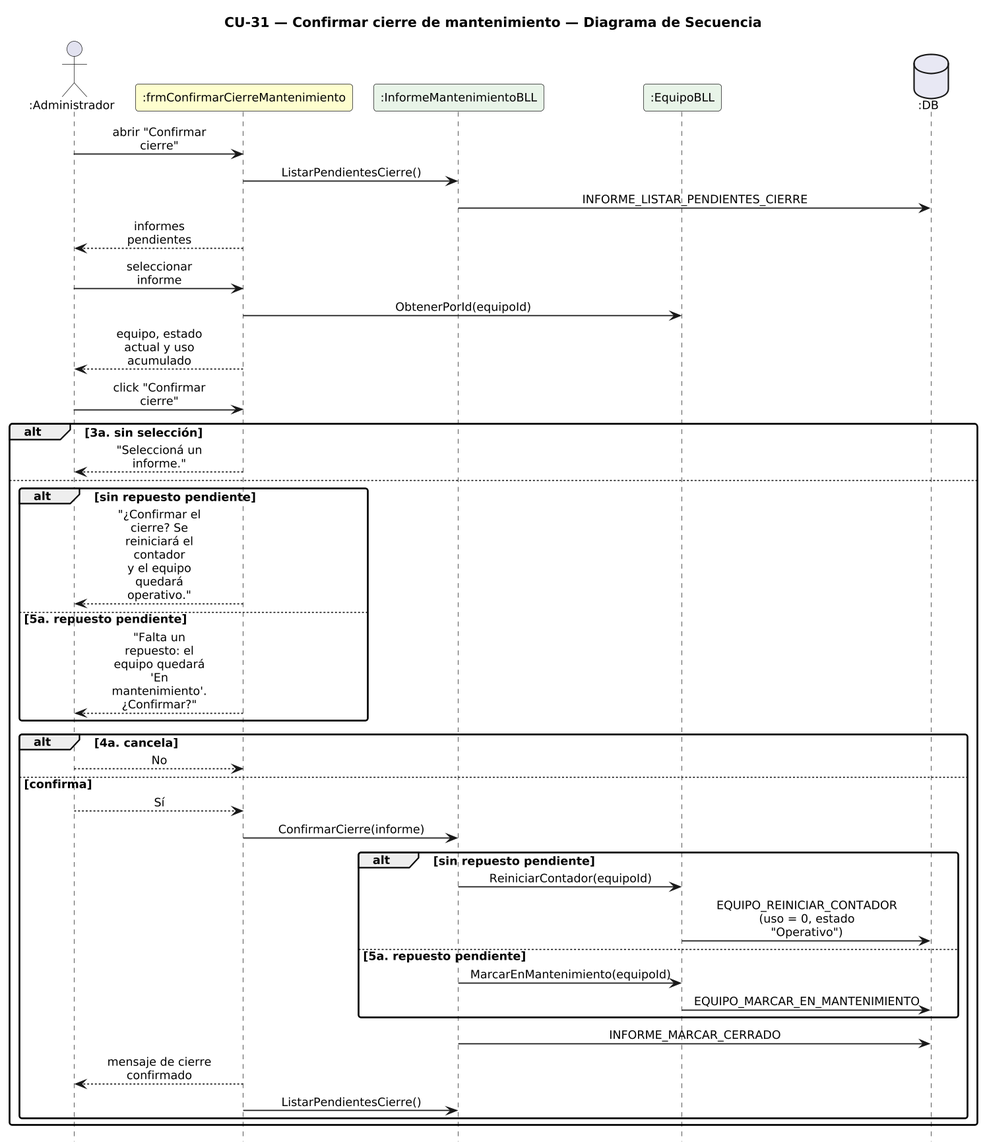
Above: DIAGRAMAS/DiagramaSecuencia_CU31_ConfirmarCierreMantenimiento.png in Urrels/ingenieria_software (PlantUML), before the change. Source of this version:
```plantuml
@startuml DiagramaSecuencia_CU31_ConfirmarCierreMantenimiento

title CU-31 — Confirmar cierre de mantenimiento — Diagrama de Secuencia

skinparam shadowing false
skinparam roundcorner 6
skinparam sequenceArrowThickness 1.2
skinparam ParticipantPadding 6
skinparam BoxPadding 4
skinparam maxMessageSize 115
skinparam sequenceMessageAlign center
skinparam defaultFontSize 12
skinparam dpi 140
hide footbox

actor ":Administrador" as A
participant ":frmConfirmarCierreMantenimiento" as F #FEFECE
participant ":InformeMantenimientoBLL" as IB #E8F4E8
participant ":EquipoBLL" as EB #E8F4E8
database ":DB" as DB #E8E8F4

A -> F : abrir "Confirmar cierre"
F -> IB : ListarPendientesCierre()
IB -> DB : INFORME_LISTAR_PENDIENTES_CIERRE
F --> A : informes pendientes
A -> F : seleccionar informe
F -> EB : ObtenerPorId(equipoId)
F --> A : equipo, estado actual y uso acumulado
A -> F : click "Confirmar cierre"
alt 3a. sin selección
  F --> A : "Seleccioná un informe."
else
  alt sin repuesto pendiente
    F --> A : "¿Confirmar el cierre? Se reiniciará el contador\ny el equipo quedará operativo."
  else 5a. repuesto pendiente
    F --> A : "Falta un repuesto: el equipo quedará\n'En mantenimiento'. ¿Confirmar?"
  end
  alt 4a. cancela
    A --> F : No
  else confirma
    A --> F : Sí
    F -> IB : ConfirmarCierre(informe)
    alt sin repuesto pendiente
      IB -> EB : ReiniciarContador(equipoId)
      EB -> DB : EQUIPO_REINICIAR_CONTADOR\n(uso = 0, estado "Operativo")
    else 5a. repuesto pendiente
      IB -> EB : MarcarEnMantenimiento(equipoId)
      EB -> DB : EQUIPO_MARCAR_EN_MANTENIMIENTO
    end
    IB -> DB : INFORME_MARCAR_CERRADO
    F --> A : mensaje de cierre confirmado
    F -> IB : ListarPendientesCierre()
  end
end

@enduml
```
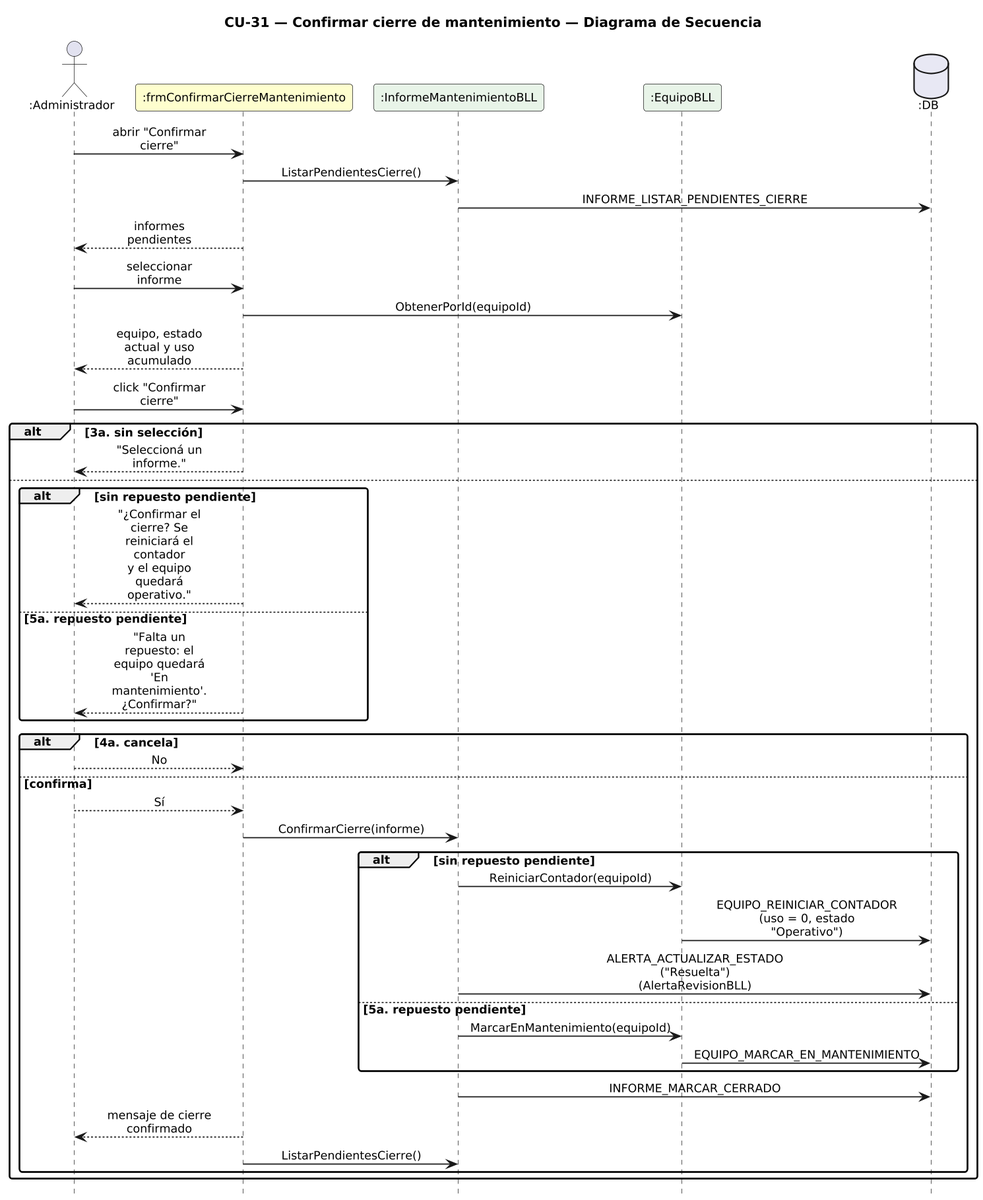
After the commit.

What changed in the source:
```diff
@@ -43,6 +43,7 @@
     alt sin repuesto pendiente
       IB -> EB : ReiniciarContador(equipoId)
       EB -> DB : EQUIPO_REINICIAR_CONTADOR\n(uso = 0, estado "Operativo")
+      IB -> DB : ALERTA_ACTUALIZAR_ESTADO ("Resuelta")\n(AlertaRevisionBLL)
     else 5a. repuesto pendiente
       IB -> EB : MarcarEnMantenimiento(equipoId)
       EB -> DB : EQUIPO_MARCAR_EN_MANTENIMIENTO
```
